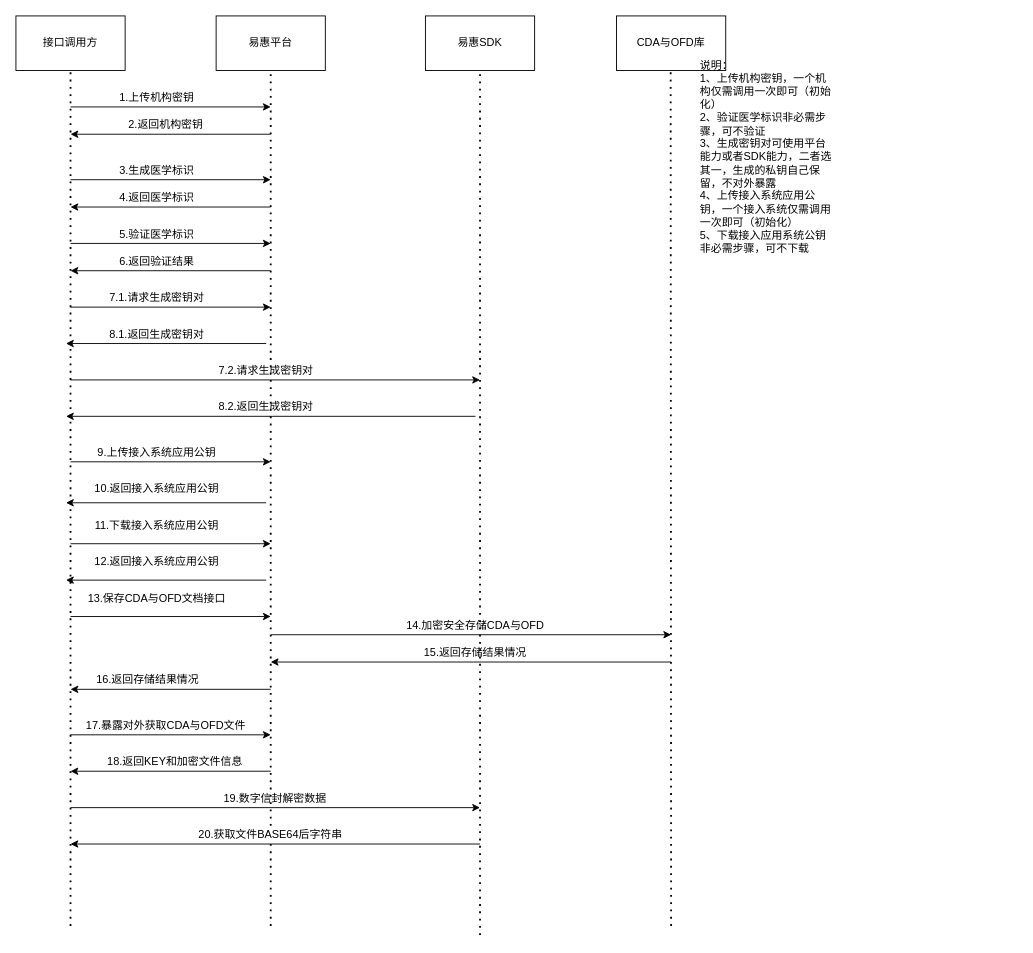
The draw.io diagram source/易惠-加密一体机接口调阅流程.drawio in SmileCJX/processon, before the edit. Source tidied: cells renumbered, new cells numbered last; positions are measured from the earlier drawing's top-left corner, leaving out a move shared by most shapes. Both pictures are drawn from the tidied source at 91%, with x=0, y=0 at pixel (15, 15).
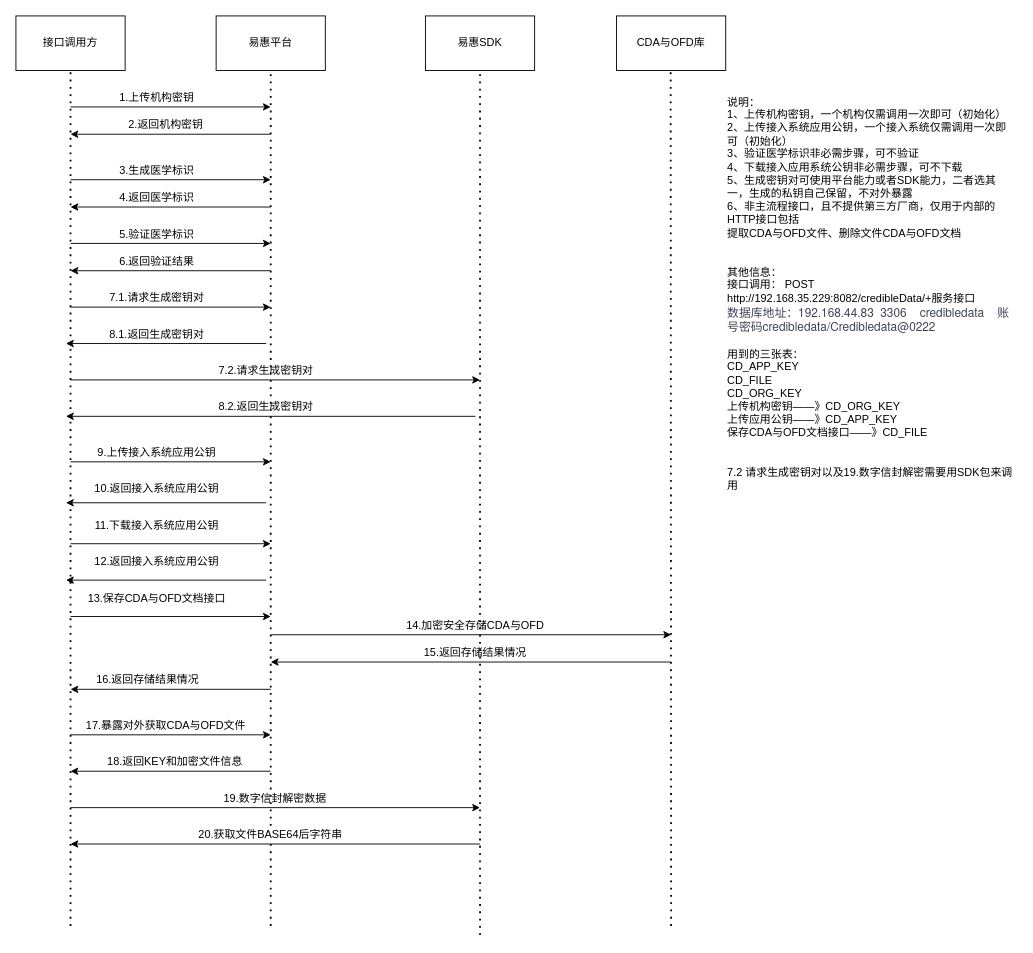
The same page after the edit.

Commit message:
更新易惠-加密一体机接口调阅流程.drawio

What changed in the source:
```diff
@@
-    <mxCell id="55" value="说明：&lt;br&gt;1、上传机构密钥，一个机构仅需调用一次即可（初始化）&lt;br&gt;2、验证医学标识非必需步骤，可不验证&lt;br&gt;3、生成密钥对可使用平台能力或者SDK能力，二者选其一，生成的私钥自己保留，不对外暴露&lt;br&gt;4、上传接入系统应用公钥，一个接入系统仅需调用一次即可（初始化）&lt;br&gt;5、下载接入应用系统公钥非必需步骤，可不下载" style="text;html=1;strokeColor=none;fillColor=none;align=left;verticalAlign=middle;whiteSpace=wrap;rounded=0;" parent="1" vertex="1">
-      <mxGeometry x="750" y="80" width="150" height="150" as="geometry" />
+    <mxCell id="55" value="说明：&lt;br&gt;1、上传机构密钥，一个机构仅需调用一次即可（初始化）&lt;br&gt;2、上传接入系统应用公钥，一个接入系统仅需调用一次即可（初始化）&lt;br&gt;3、验证医学标识非必需步骤，可不验证&lt;br&gt;4、下载接入应用系统公钥非必需步骤，可不下载&lt;br&gt;5、生成密钥对可使用平台能力或者SDK能力，二者选其一，生成的私钥自己保留，不对外暴露&lt;br&gt;6、非主流程接口，且不提供第三方厂商，仅用于内部的HTTP接口包括&lt;br&gt;提取CDA与OFD文件、删除文件CDA与OFD文档&lt;br&gt;&lt;br&gt;&lt;br&gt;其他信息：&lt;br&gt;接口调用： POST http://192.168.35.229:8082/credibleData/+服务接口&lt;br&gt;&lt;span style=&quot;color: rgb(60 , 67 , 83) ; font-family: &amp;#34;helvetica neue&amp;#34; , &amp;#34;helvetica&amp;#34; , &amp;#34;tahoma&amp;#34; , &amp;#34;arial&amp;#34; , &amp;#34;pingfang sc&amp;#34; , &amp;#34;source han sans cn&amp;#34; , &amp;#34;source han sans&amp;#34; , &amp;#34;source han serif&amp;#34; , &amp;#34;hiragino sans gb&amp;#34; , &amp;#34;wenquanyi micro hei&amp;#34; , &amp;#34;microsoft yahei&amp;#34; , sans-serif ; font-size: 13px&quot;&gt;数据库地址：192.168.44.83&amp;nbsp; 3306&amp;nbsp; &amp;nbsp; credibledata&amp;nbsp; &amp;nbsp; 账号密码credibledata/Credibledata@0222&lt;br&gt;&lt;/span&gt;&lt;br&gt;用到的三张表：&lt;br&gt;CD_APP_KEY&lt;br&gt;CD_FILE&lt;br&gt;CD_ORG_KEY&lt;br&gt;上传机构密钥——》CD_ORG_KEY&lt;br&gt;上传应用公钥——》CD_APP_KEY&lt;br&gt;保存CDA与OFD文档接口——》CD_FILE&lt;br&gt;&lt;br&gt;&lt;br&gt;7.2 请求生成密钥对以及19.数字信封解密需要用SDK包来调用" style="text;html=1;strokeColor=none;fillColor=none;align=left;verticalAlign=middle;whiteSpace=wrap;rounded=0;" parent="1" vertex="1">
+      <mxGeometry x="780" y="230" width="320" height="150" as="geometry" />
     </mxCell>
```
